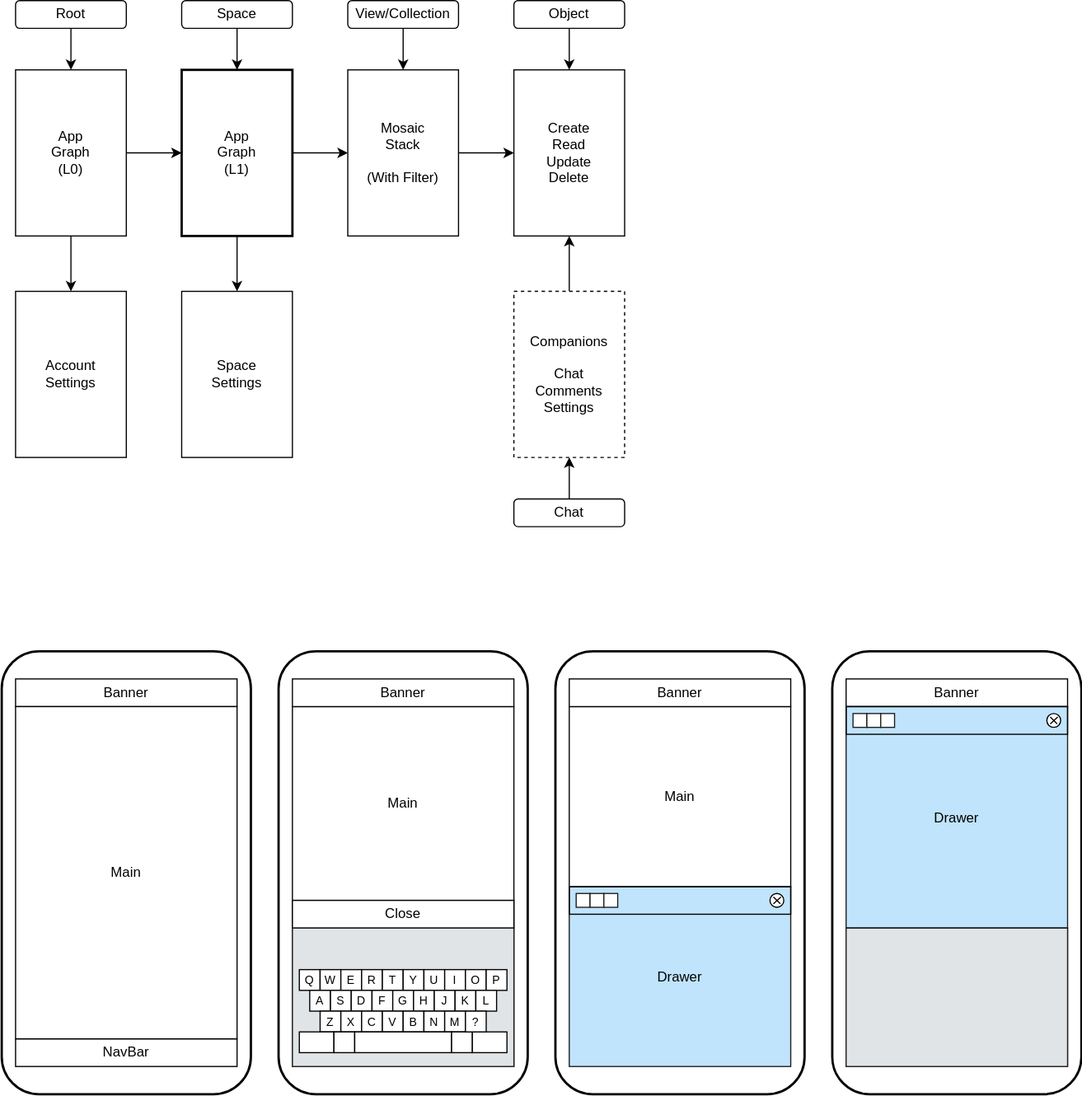
The draw.io diagram packages/plugins/plugin-simple-layout/docs/layout.drawio.svg in dxos/dxos, before a commit. Source tidied: cells renumbered, new cells last; positions are measured from the earlier drawing's top-left corner, leaving out a move shared by most shapes.
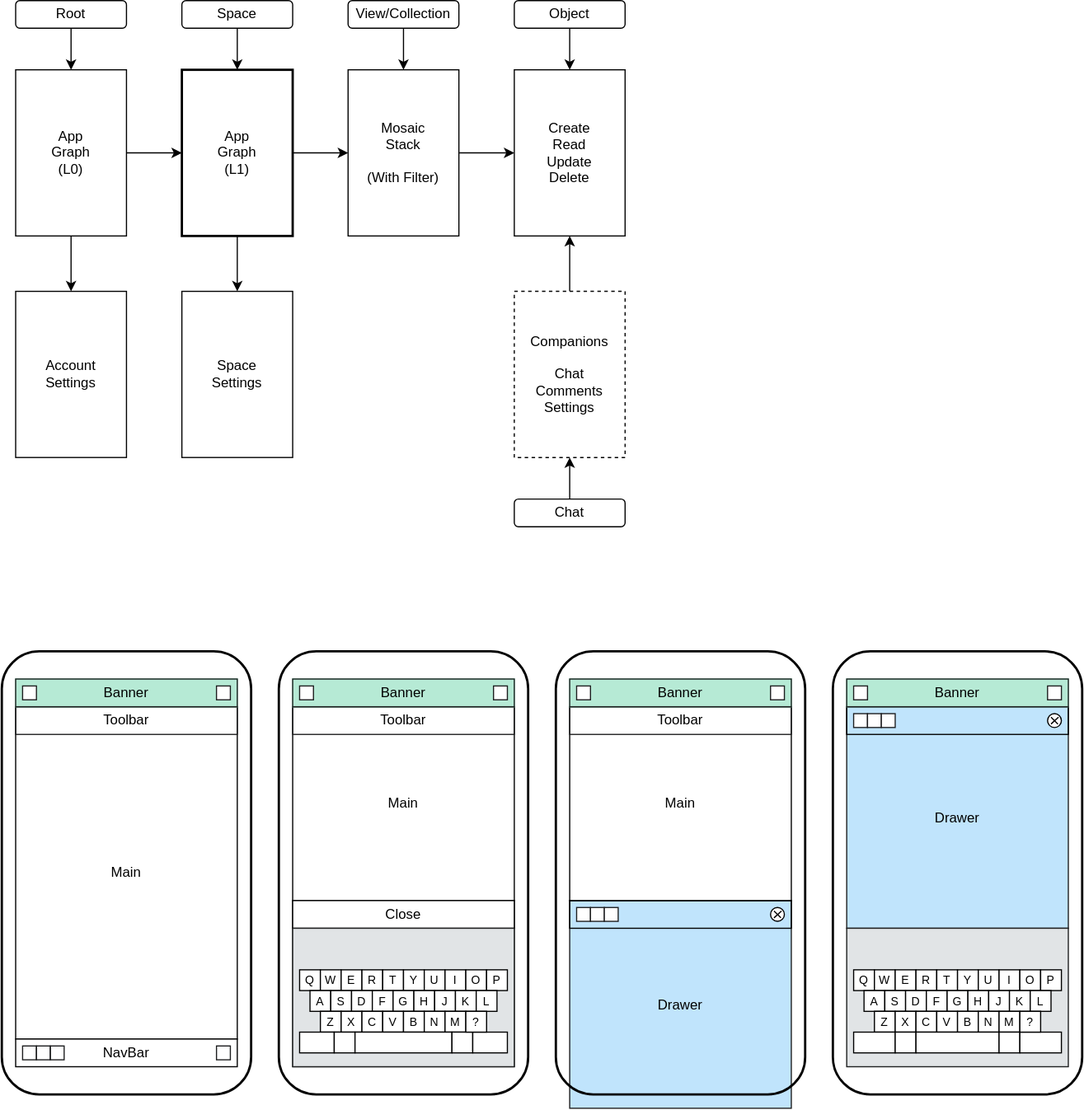
The same diagram one commit later.

Commit message:
refactor: restructure mobile layout components and refine navbar visibility based on keyboard state

What changed in the source:
```diff
@@ -8,9 +8,6 @@
     <mxCell id="3" style="rounded=1;whiteSpace=wrap;html=1;strokeWidth=2;fillColor=none;" parent="1" vertex="1">
       <mxGeometry x="240" y="564" width="216" height="384" as="geometry" />
     </mxCell>
-    <mxCell id="4" style="rounded=1;whiteSpace=wrap;html=1;strokeWidth=2;fillColor=none;" parent="1" vertex="1">
-      <mxGeometry x="480" y="564" width="216" height="384" as="geometry" />
-    </mxCell>
     <mxCell id="5" style="rounded=1;whiteSpace=wrap;html=1;strokeWidth=2;fillColor=none;" parent="1" vertex="1">
       <mxGeometry x="720" y="564" width="216" height="384" as="geometry" />
     </mxCell>
@@ -83,14 +80,8 @@
     <mxCell id="28" value="Chat" style="rounded=1;whiteSpace=wrap;html=1;" parent="1" vertex="1">
       <mxGeometry x="444" y="432" width="96" height="24" as="geometry" />
     </mxCell>
-    <mxCell id="29" value="NavBar" style="rounded=0;whiteSpace=wrap;html=1;" parent="1" vertex="1">
-      <mxGeometry x="12" y="900" width="192" height="24" as="geometry" />
-    </mxCell>
-    <mxCell id="30" value="Banner" style="rounded=0;whiteSpace=wrap;html=1;" parent="1" vertex="1">
-      <mxGeometry x="12" y="588" width="192" height="24" as="geometry" />
-    </mxCell>
-    <mxCell id="31" value="Drawer" style="group;fillColor=#C0E4FC;fontColor=#000000;strokeColor=#1E1F20;verticalAlign=middle;" parent="1" vertex="1">
-      <mxGeometry x="492" y="768" width="192" height="156" as="geometry" />
+    <mxCell id="31" value="Drawer" style="group;fillColor=#C0E4FC;fontColor=#000000;strokeColor=#1E1F20;verticalAlign=middle;shadow=0;" parent="1" vertex="1">
+      <mxGeometry x="492" y="780" width="192" height="180" as="geometry" />
     </mxCell>
     <mxCell id="32" style="group;" parent="1" vertex="1">
       <mxGeometry x="900" y="624" width="12" height="12" as="geometry" />
@@ -117,17 +108,8 @@
       <mxGeometry x="252" y="612" width="192" height="168" as="geometry" />
     </mxCell>
     <mxCell id="38" value="Main" style="rounded=0;whiteSpace=wrap;html=1;" parent="1" vertex="1">
-      <mxGeometry x="492" y="612" width="192" height="156" as="geometry" />
+      <mxGeometry x="492" y="612" width="192" height="168" as="geometry" />
     </mxCell>
-    <mxCell id="39" value="Banner" style="rounded=0;whiteSpace=wrap;html=1;" parent="1" vertex="1">
-      <mxGeometry x="252" y="588" width="192" height="24" as="geometry" />
-    </mxCell>
-    <mxCell id="40" value="Banner" style="rounded=0;whiteSpace=wrap;html=1;" parent="1" vertex="1">
-      <mxGeometry x="492" y="588" width="192" height="24" as="geometry" />
-    </mxCell>
-    <mxCell id="41" value="Banner" style="rounded=0;whiteSpace=wrap;html=1;" parent="1" vertex="1">
-      <mxGeometry x="732" y="588" width="192" height="24" as="geometry" />
-    </mxCell>
     <mxCell id="42" value="Drawer" style="group;fillColor=#C0E4FC;fontColor=#000000;strokeColor=#1E1F20;verticalAlign=middle;" parent="1" vertex="1">
       <mxGeometry x="732" y="612" width="192" height="192" as="geometry" />
     </mxCell>
@@ -135,7 +117,7 @@
       <mxGeometry x="252" y="780" width="192" height="24" as="geometry" />
     </mxCell>
     <mxCell id="44" style="group;" parent="1" vertex="1">
-      <mxGeometry x="492" y="768" width="192" height="24" as="geometry" />
+      <mxGeometry x="492" y="780" width="204" height="144" as="geometry" />
     </mxCell>
     <mxCell id="45" style="group;" parent="44" vertex="1">
       <mxGeometry x="174" y="6" width="12" height="12" as="geometry" />
@@ -413,15 +395,6 @@
     <mxCell id="132" value="Close" style="rounded=0;whiteSpace=wrap;html=1;" parent="1" vertex="1">
       <mxGeometry x="252" y="780" width="192" height="24" as="geometry" />
     </mxCell>
-    <mxCell id="133" style="group;" parent="1" vertex="1">
-      <mxGeometry x="732" y="804" width="192" height="120" as="geometry" />
-    </mxCell>
-    <mxCell id="134" style="rounded=0;whiteSpace=wrap;html=1;fillColor=#E1E4E6;fontColor=#000000;strokeColor=#1E1F20;" parent="133" vertex="1">
-      <mxGeometry width="192" height="120" as="geometry" />
-    </mxCell>
-    <mxCell id="135" style="group;" parent="133" vertex="1">
-      <mxGeometry x="6" y="36" width="180" height="72" as="geometry" />
-    </mxCell>
     <mxCell id="136" style="group;" parent="1" vertex="1">
       <mxGeometry x="252" y="804" width="192" height="120" as="geometry" />
     </mxCell>
@@ -527,5 +500,95 @@
     <mxCell id="170" value="?" style="rounded=0;whiteSpace=wrap;html=1;fontSize=10;" parent="138" vertex="1">
       <mxGeometry x="144" y="36" width="18" height="18" as="geometry" />
     </mxCell>
+    <mxCell id="171" value="Toolbar" style="rounded=0;whiteSpace=wrap;html=1;shadow=0;glass=1;strokeColor=#1E1F20;strokeWidth=1;fillColor=none;" parent="1" vertex="1">
+      <mxGeometry x="12" y="612" width="192" height="24" as="geometry" />
+    </mxCell>
+    <mxCell id="172" value="Toolbar" style="rounded=0;whiteSpace=wrap;html=1;shadow=0;glass=1;strokeColor=#1E1F20;strokeWidth=1;fillColor=none;" parent="1" vertex="1">
+      <mxGeometry x="252" y="612" width="192" height="24" as="geometry" />
+    </mxCell>
+    <mxCell id="173" value="Toolbar" style="rounded=0;whiteSpace=wrap;html=1;shadow=0;glass=1;strokeColor=#1E1F20;strokeWidth=1;fillColor=none;" parent="1" vertex="1">
+      <mxGeometry x="492" y="612" width="192" height="24" as="geometry" />
+    </mxCell>
+    <mxCell id="174" style="rounded=1;whiteSpace=wrap;html=1;strokeWidth=2;fillColor=none;strokeColor=default;perimeterSpacing=0;" parent="1" vertex="1">
+      <mxGeometry x="480" y="564" width="216" height="384" as="geometry" />
+    </mxCell>
+    <mxCell id="175" style="group;" parent="1" vertex="1">
+      <mxGeometry x="12" y="588" width="192" height="24" as="geometry" />
+    </mxCell>
+    <mxCell id="176" style="group;fillColor=#B6EAD5;fontColor=#000000;strokeColor=#7CD7AF;" parent="175" vertex="1">
+      <mxGeometry width="192" height="24" as="geometry" />
+    </mxCell>
+    <mxCell id="30" value="Banner" style="rounded=0;whiteSpace=wrap;html=1;fillColor=#B6EAD5;fontColor=#000000;strokeColor=#1E1F20;" parent="175" vertex="1">
+      <mxGeometry width="192" height="24" as="geometry" />
+    </mxCell>
+    <mxCell id="177" style="rounded=0;whiteSpace=wrap;html=1;shadow=0;glass=0;strokeColor=#1E1F20;strokeWidth=1;fillColor=default;" parent="175" vertex="1">
+      <mxGeometry x="174" y="6" width="12" height="12" as="geometry" />
+    </mxCell>
+    <mxCell id="178" style="rounded=0;whiteSpace=wrap;html=1;shadow=0;glass=0;strokeColor=#1E1F20;strokeWidth=1;fillColor=default;" parent="175" vertex="1">
+      <mxGeometry x="6" y="6" width="12" height="12" as="geometry" />
+    </mxCell>
+    <mxCell id="179" style="group;" parent="1" vertex="1">
+      <mxGeometry x="252" y="588" width="192" height="24" as="geometry" />
+    </mxCell>
+    <mxCell id="180" style="group;fillColor=#B6EAD5;fontColor=#000000;strokeColor=#7CD7AF;" parent="179" vertex="1">
+      <mxGeometry width="192" height="24" as="geometry" />
+    </mxCell>
+    <mxCell id="181" value="Banner" style="rounded=0;whiteSpace=wrap;html=1;fillColor=#B6EAD5;fontColor=#000000;strokeColor=#1E1F20;" parent="179" vertex="1">
+      <mxGeometry width="192" height="24" as="geometry" />
+    </mxCell>
+    <mxCell id="182" style="rounded=0;whiteSpace=wrap;html=1;shadow=0;glass=0;strokeColor=#1E1F20;strokeWidth=1;fillColor=default;" parent="179" vertex="1">
+      <mxGeometry x="174" y="6" width="12" height="12" as="geometry" />
+    </mxCell>
+    <mxCell id="183" style="rounded=0;whiteSpace=wrap;html=1;shadow=0;glass=0;strokeColor=#1E1F20;strokeWidth=1;fillColor=default;" parent="179" vertex="1">
+      <mxGeometry x="6" y="6" width="12" height="12" as="geometry" />
+    </mxCell>
+    <mxCell id="184" style="group;" parent="1" vertex="1">
+      <mxGeometry x="492" y="588" width="192" height="24" as="geometry" />
+    </mxCell>
+    <mxCell id="185" style="group;fillColor=#B6EAD5;fontColor=#000000;strokeColor=#7CD7AF;" parent="184" vertex="1">
+      <mxGeometry width="192" height="24" as="geometry" />
+    </mxCell>
+    <mxCell id="186" value="Banner" style="rounded=0;whiteSpace=wrap;html=1;fillColor=#B6EAD5;fontColor=#000000;strokeColor=#1E1F20;" parent="184" vertex="1">
+      <mxGeometry width="192" height="24" as="geometry" />
+    </mxCell>
+    <mxCell id="187" style="rounded=0;whiteSpace=wrap;html=1;shadow=0;glass=0;strokeColor=#1E1F20;strokeWidth=1;fillColor=default;" parent="184" vertex="1">
+      <mxGeometry x="174" y="6" width="12" height="12" as="geometry" />
+    </mxCell>
+    <mxCell id="188" style="rounded=0;whiteSpace=wrap;html=1;shadow=0;glass=0;strokeColor=#1E1F20;strokeWidth=1;fillColor=default;" parent="184" vertex="1">
+      <mxGeometry x="6" y="6" width="12" height="12" as="geometry" />
+    </mxCell>
+    <mxCell id="189" style="group;" parent="1" vertex="1">
+      <mxGeometry x="732" y="588" width="192" height="24" as="geometry" />
+    </mxCell>
+    <mxCell id="190" style="group;fillColor=#B6EAD5;fontColor=#000000;strokeColor=#7CD7AF;" parent="189" vertex="1">
+      <mxGeometry width="192" height="24" as="geometry" />
+    </mxCell>
+    <mxCell id="191" value="Banner" style="rounded=0;whiteSpace=wrap;html=1;fillColor=#B6EAD5;fontColor=#000000;strokeColor=#1E1F20;" parent="189" vertex="1">
+      <mxGeometry width="192" height="24" as="geometry" />
+    </mxCell>
+    <mxCell id="192" style="rounded=0;whiteSpace=wrap;html=1;shadow=0;glass=0;strokeColor=#1E1F20;strokeWidth=1;fillColor=default;" parent="189" vertex="1">
+      <mxGeometry x="174" y="6" width="12" height="12" as="geometry" />
+    </mxCell>
+    <mxCell id="193" style="rounded=0;whiteSpace=wrap;html=1;shadow=0;glass=0;strokeColor=#1E1F20;strokeWidth=1;fillColor=default;" parent="189" vertex="1">
+      <mxGeometry x="6" y="6" width="12" height="12" as="geometry" />
+    </mxCell>
+    <mxCell id="194" style="group;" parent="1" vertex="1">
+      <mxGeometry x="12" y="900" width="192" height="24" as="geometry" />
+    </mxCell>
+    <mxCell id="29" value="NavBar" style="rounded=0;whiteSpace=wrap;html=1;" parent="194" vertex="1">
+      <mxGeometry width="192" height="24" as="geometry" />
+    </mxCell>
+    <mxCell id="195" style="rounded=0;whiteSpace=wrap;html=1;shadow=0;glass=1;strokeColor=#1E1F20;strokeWidth=1;fillColor=none;" parent="194" vertex="1">
+      <mxGeometry x="6" y="6" width="12" height="12" as="geometry" />
+    </mxCell>
+    <mxCell id="196" style="rounded=0;whiteSpace=wrap;html=1;shadow=0;glass=1;strokeColor=#1E1F20;strokeWidth=1;fillColor=none;" parent="194" vertex="1">
+      <mxGeometry x="18" y="6" width="12" height="12" as="geometry" />
+    </mxCell>
+    <mxCell id="197" style="rounded=0;whiteSpace=wrap;html=1;shadow=0;glass=1;strokeColor=#1E1F20;strokeWidth=1;fillColor=none;" parent="194" vertex="1">
+      <mxGeometry x="30" y="6" width="12" height="12" as="geometry" />
+    </mxCell>
+    <mxCell id="198" style="rounded=0;whiteSpace=wrap;html=1;shadow=0;glass=1;strokeColor=#1E1F20;strokeWidth=1;fillColor=none;" parent="194" vertex="1">
+      <mxGeometry x="174" y="6" width="12" height="12" as="geometry" />
+    </mxCell>
   </root>
 </mxGraphModel>
```
